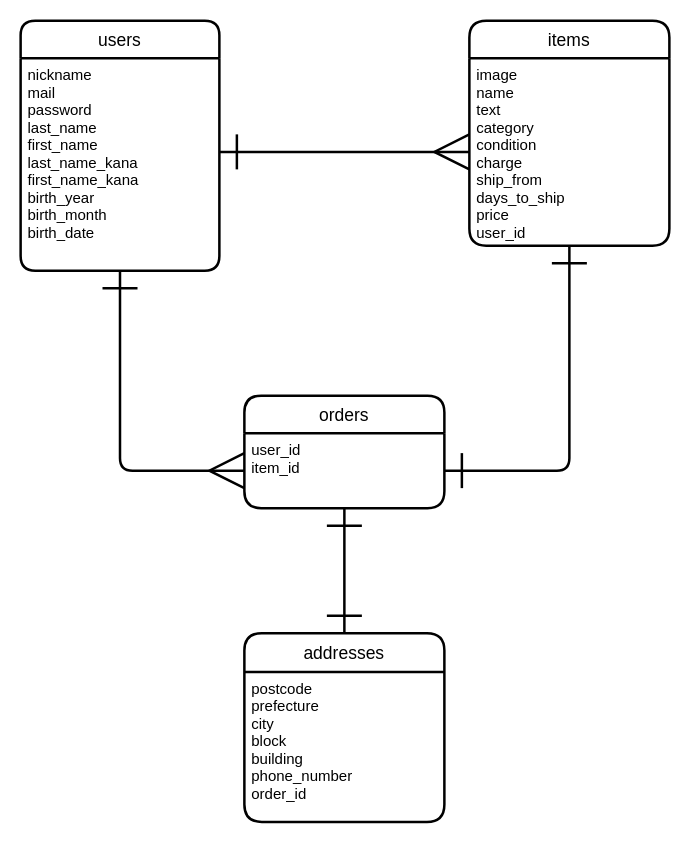
Before: database.dio in uemurakaho/furima-41120, a draw.io diagram. Source tidied: cells renumbered, new cells numbered last; positions are measured from the earlier drawing's top-left corner, leaving out a move shared by most shapes. Both pictures are drawn from the tidied source at 125%, with x=0, y=0 at pixel (20, 20).
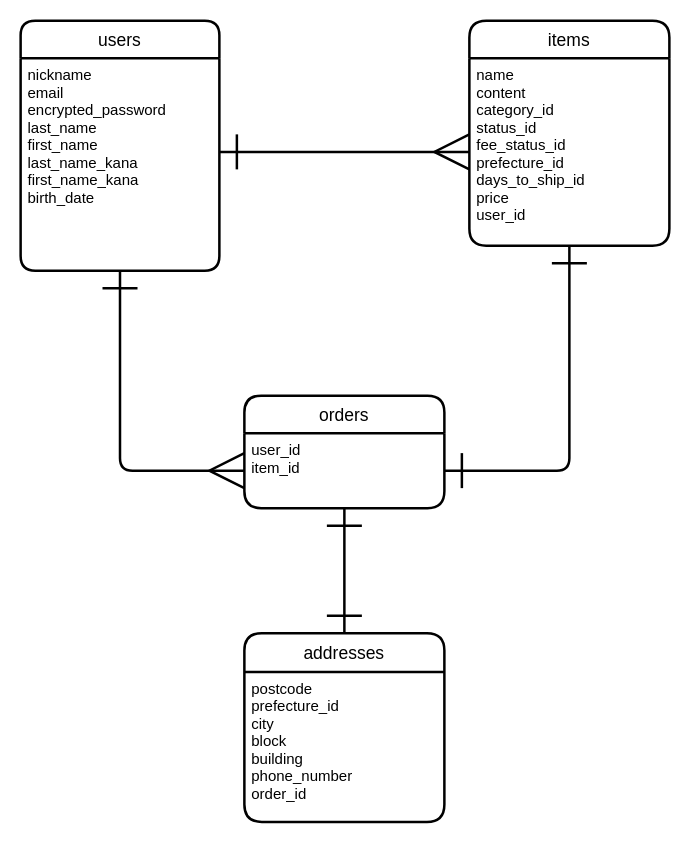
The same diagram, later.

What changed in the source:
```diff
@@
 <mxGraphModel>
   <root>
     <mxCell id="0" />
     <mxCell id="1" parent="0" />
     <mxCell id="2" value="users" style="swimlane;horizontal=1;startSize=30;rounded=1;fontSize=14;fontStyle=0;strokeWidth=2;shadow=0;dashed=0;align=center;arcSize=13;" parent="1" vertex="1">
       <mxGeometry width="159" height="200" as="geometry" />
     </mxCell>
-    <mxCell id="3" value="nickname&#10;mail&#10;password&#10;last_name&#10;first_name&#10;last_name_kana&#10;first_name_kana&#10;birth_year&#10;birth_month&#10;birth_date" style="align=left;strokeColor=none;fillColor=none;spacingLeft=4;fontSize=12;verticalAlign=top;" parent="2" vertex="1">
+    <mxCell id="3" value="nickname&#10;email&#10;encrypted_password&#10;last_name&#10;first_name&#10;last_name_kana&#10;first_name_kana&#10;birth_date" style="align=left;strokeColor=none;fillColor=none;spacingLeft=4;fontSize=12;verticalAlign=top;" parent="2" vertex="1">
       <mxGeometry y="30" width="159" height="170" as="geometry" />
     </mxCell>
     <mxCell id="4" value="items" style="swimlane;horizontal=1;startSize=30;rounded=1;fontSize=14;fontStyle=0;strokeWidth=2;shadow=0;dashed=0;align=center;" parent="1" vertex="1">
       <mxGeometry x="359" width="160" height="180" as="geometry" />
     </mxCell>
-    <mxCell id="5" value="image&#10;name&#10;text&#10;category&#10;condition&#10;charge&#10;ship_from&#10;days_to_ship&#10;price&#10;user_id" style="align=left;strokeColor=none;fillColor=none;spacingLeft=4;fontSize=12;verticalAlign=top;" parent="4" vertex="1">
+    <mxCell id="5" value="name&#10;content&#10;category_id&#10;status_id&#10;fee_status_id&#10;prefecture_id&#10;days_to_ship_id&#10;price&#10;user_id" style="align=left;strokeColor=none;fillColor=none;spacingLeft=4;fontSize=12;verticalAlign=top;" parent="4" vertex="1">
       <mxGeometry y="30" width="160" height="150" as="geometry" />
     </mxCell>
     <mxCell id="6" value="addresses" style="swimlane;horizontal=1;startSize=31;rounded=1;fontSize=14;fontStyle=0;strokeWidth=2;shadow=0;dashed=0;align=center;" parent="1" vertex="1">
       <mxGeometry x="179" y="490" width="160" height="151" as="geometry" />
     </mxCell>
-    <mxCell id="7" value="postcode&#10;prefecture&#10;city&#10;block&#10;building&#10;phone_number&#10;order_id" style="align=left;strokeColor=none;fillColor=none;spacingLeft=4;fontSize=12;verticalAlign=top;" parent="6" vertex="1">
+    <mxCell id="7" value="postcode&#10;prefecture_id&#10;city&#10;block&#10;building&#10;phone_number&#10;order_id" style="align=left;strokeColor=none;fillColor=none;spacingLeft=4;fontSize=12;verticalAlign=top;" parent="6" vertex="1">
       <mxGeometry y="31" width="160" height="120" as="geometry" />
     </mxCell>
     <mxCell id="8" value="orders" style="swimlane;horizontal=1;startSize=30;rounded=1;fontSize=14;fontStyle=0;strokeWidth=2;shadow=0;dashed=0;align=center;" parent="1" vertex="1">
       <mxGeometry x="179" y="300" width="160" height="90" as="geometry" />
     </mxCell>
     <mxCell id="9" value="user_id&#10;item_id" style="align=left;strokeColor=none;fillColor=none;spacingLeft=4;fontSize=12;verticalAlign=top;" parent="8" vertex="1">
       <mxGeometry y="30" width="160" height="60" as="geometry" />
     </mxCell>
     <mxCell id="10" style="edgeStyle=entityRelationEdgeStyle;fontSize=12;html=1;endArrow=ERmany;entryX=0;entryY=0.5;entryDx=0;entryDy=0;strokeWidth=2;endSize=25;startSize=25;endFill=0;sourcePerimeterSpacing=0;jumpStyle=none;startArrow=ERone;startFill=0;" parent="1" edge="1" target="5">
       <mxGeometry relative="1" as="geometry">
         <mxPoint x="159" y="105" as="sourcePoint" />
       </mxGeometry>
     </mxCell>
     <mxCell id="11" style="edgeStyle=orthogonalEdgeStyle;fontSize=12;html=1;endArrow=ERmany;strokeWidth=2;startSize=25;endSize=25;sourcePerimeterSpacing=0;jumpStyle=none;exitX=0.5;exitY=1;exitDx=0;exitDy=0;entryX=0;entryY=0.5;entryDx=0;entryDy=0;startArrow=ERone;startFill=0;targetPerimeterSpacing=0;endFill=0;" parent="1" edge="1" source="3" target="9">
       <mxGeometry relative="1" as="geometry" />
     </mxCell>
     <mxCell id="12" style="edgeStyle=orthogonalEdgeStyle;fontSize=12;html=1;endArrow=ERone;startArrow=ERone;strokeWidth=2;startSize=25;endSize=25;sourcePerimeterSpacing=0;targetPerimeterSpacing=0;jumpStyle=none;entryX=0.5;entryY=1;entryDx=0;entryDy=0;exitX=1;exitY=0.5;exitDx=0;exitDy=0;startFill=0;endFill=0;" parent="1" edge="1" source="9" target="5">
       <mxGeometry relative="1" as="geometry" />
     </mxCell>
     <mxCell id="13" style="edgeStyle=orthogonalEdgeStyle;fontSize=12;html=1;endArrow=ERone;startArrow=ERone;strokeWidth=2;startSize=25;endSize=25;sourcePerimeterSpacing=0;targetPerimeterSpacing=0;jumpStyle=none;entryX=0.5;entryY=0;entryDx=0;entryDy=0;exitX=0.5;exitY=1;exitDx=0;exitDy=0;startFill=0;endFill=0;" parent="1" edge="1" source="9" target="6">
       <mxGeometry relative="1" as="geometry" />
     </mxCell>
   </root>
 </mxGraphModel>
```
